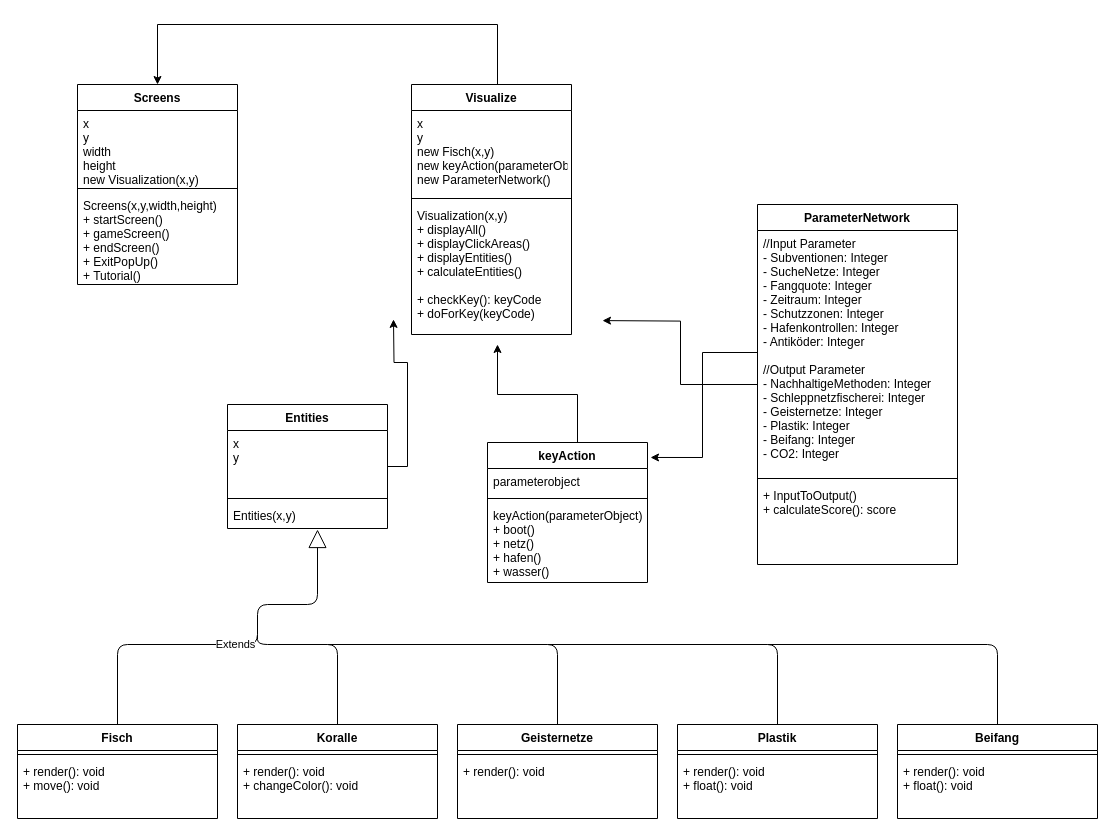
Above: UML/klassendiagramm_copy.drawio in FabienneFrank/project_2 (draw.io), before the change. Source tidied: cells renumbered, new cells numbered last; positions are measured from the earlier drawing's top-left corner, leaving out a move shared by most shapes. Both pictures are drawn from the tidied source at 100%, with x=0, y=0 at pixel (17, 24).
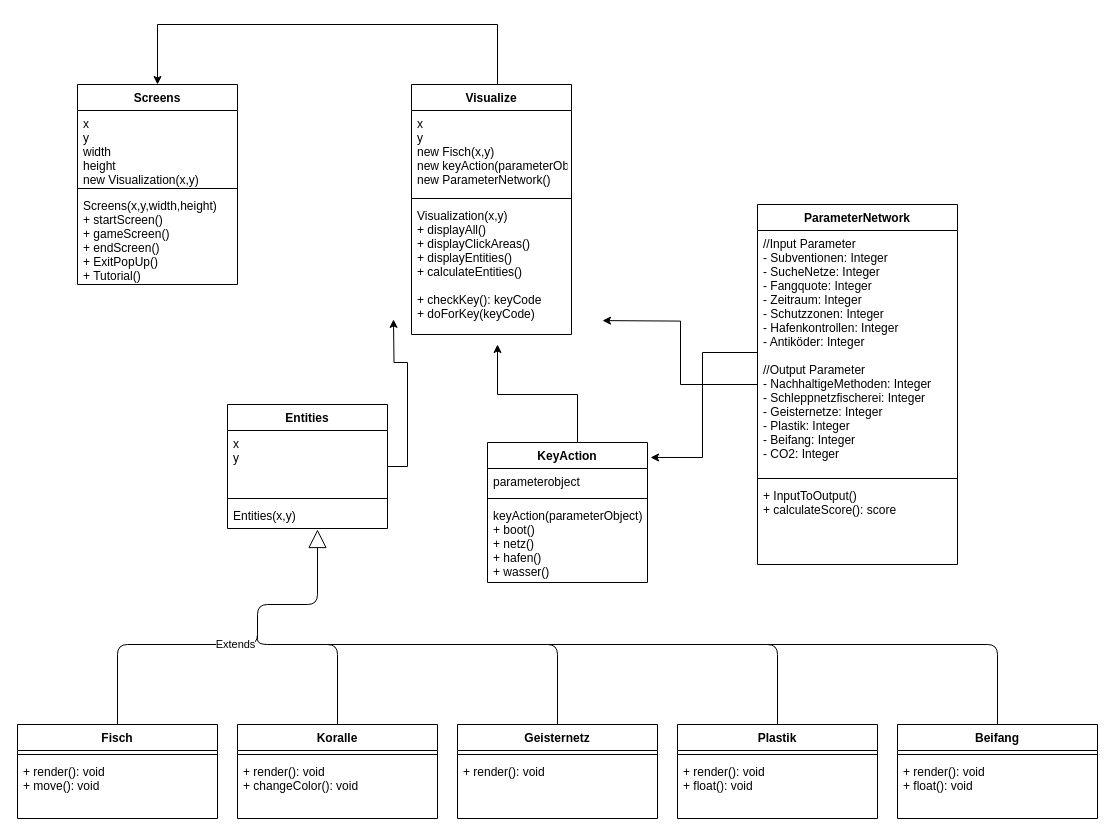
After the change.

What changed in the source:
```diff
@@
-    <mxCell id="15" value="Geisternetze" style="swimlane;fontStyle=1;align=center;verticalAlign=top;horizontal=1;startSize=26;" parent="1" vertex="1">
+    <mxCell id="15" value="Geisternetz" style="swimlane;fontStyle=1;align=center;verticalAlign=top;horizontal=1;startSize=26;" parent="1" vertex="1">
       <mxGeometry x="440" y="700" width="200" height="94" as="geometry" />
     </mxCell>
@@
-    <mxCell id="38" value="keyAction" style="swimlane;fontStyle=1;align=center;verticalAlign=top;horizontal=1;startSize=26;" parent="1" vertex="1">
+    <mxCell id="38" value="KeyAction" style="swimlane;fontStyle=1;align=center;verticalAlign=top;horizontal=1;startSize=26;" parent="1" vertex="1">
       <mxGeometry x="470" y="418" width="160" height="140" as="geometry" />
     </mxCell>
```
